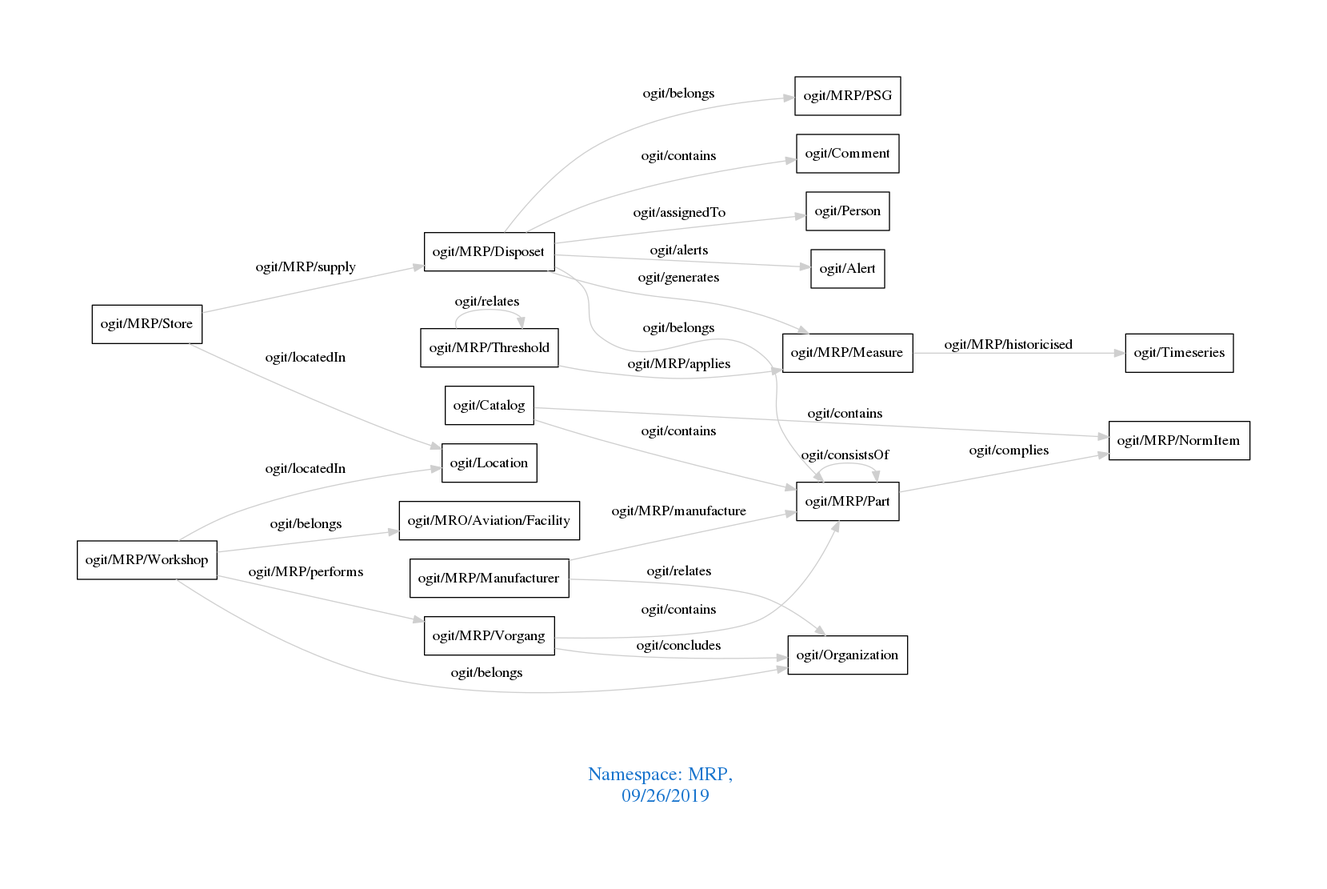
The Graphviz diagram downloads/MRP.png in arago/OGIT, before a commit. Its source is kept beside it as downloads/MRP.dot.
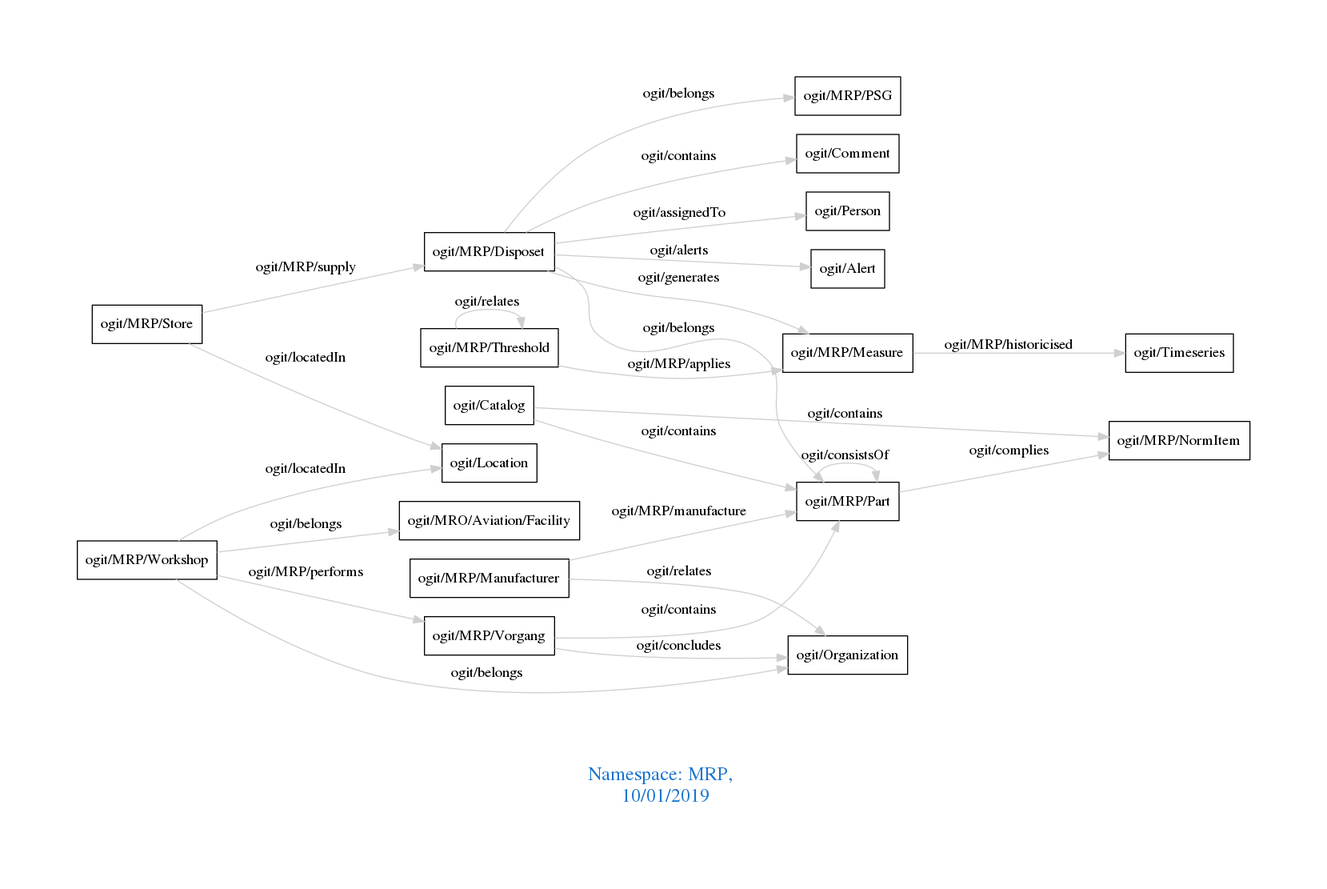
The same diagram one commit later.

Change to the diagram source:
```diff
@@ -1,7 +1,7 @@
 digraph OGIT_ontology {
  graph [ rankdir= LR,pad=1
 fontsize = 18,
-fontcolor= dodgerblue3,label = "\n\n\nNamespace: MRP, \n 09/26/2019"];
+fontcolor= dodgerblue3,label = "\n\n\nNamespace: MRP, \n 10/01/2019"];
 node[shape=polygon];
 edge [  color="gray81"];
 
```
